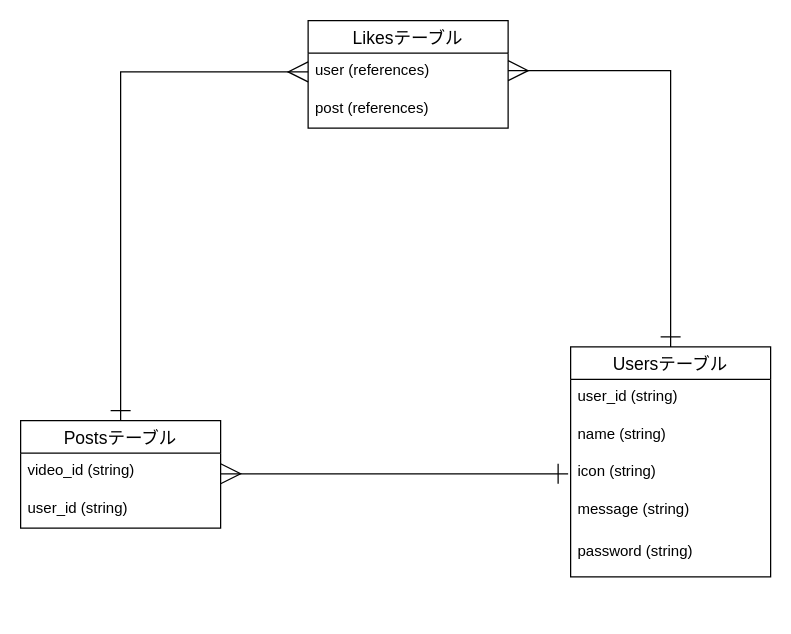
The draw.io diagram ER.dio in hidetsugu-o/music-recommend, before the edit. Source tidied: cells renumbered, new cells numbered last; positions are measured from the earlier drawing's top-left corner, leaving out a move shared by most shapes. Both pictures are drawn from the tidied source at 125%, with x=0, y=0 at pixel (20, 20).
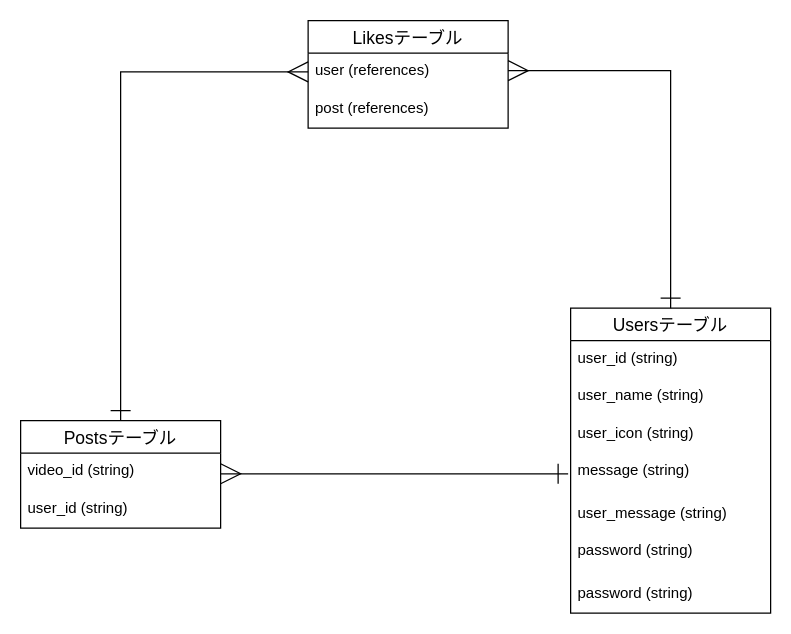
The same page after the edit.

What changed in the source:
```diff
@@
     <mxCell id="8" value="Usersテーブル" style="swimlane;fontStyle=0;horizontal=1;startSize=26;align=center;fontSize=14;" parent="1" vertex="1">
-      <mxGeometry x="440" y="261" width="160" height="184" as="geometry" />
+      <mxGeometry x="440" y="230" width="160" height="244" as="geometry" />
     </mxCell>
@@
-    <mxCell id="10" value="name (string)" style="text;strokeColor=none;fillColor=none;spacingLeft=4;spacingRight=4;overflow=hidden;fontSize=12;" parent="8" vertex="1">
+    <mxCell id="10" value="user_name (string)" style="text;strokeColor=none;fillColor=none;spacingLeft=4;spacingRight=4;overflow=hidden;fontSize=12;" parent="8" vertex="1">
       <mxGeometry y="56" width="160" height="30" as="geometry" />
     </mxCell>
-    <mxCell id="11" value="icon (string)" style="text;strokeColor=none;fillColor=none;spacingLeft=4;spacingRight=4;overflow=hidden;fontSize=12;" parent="8" vertex="1">
+    <mxCell id="11" value="user_icon (string)" style="text;strokeColor=none;fillColor=none;spacingLeft=4;spacingRight=4;overflow=hidden;fontSize=12;" parent="8" vertex="1">
       <mxGeometry y="86" width="160" height="30" as="geometry" />
     </mxCell>
@@
+    <mxCell id="17" value="user_message (string)" style="text;strokeColor=none;fillColor=none;spacingLeft=4;spacingRight=4;overflow=hidden;fontSize=12;" parent="8" vertex="1">
+      <mxGeometry y="150" width="160" height="30" as="geometry" />
+    </mxCell>
     <mxCell id="13" value="password (string)" style="text;strokeColor=none;fillColor=none;spacingLeft=4;spacingRight=4;overflow=hidden;fontSize=12;" parent="8" vertex="1">
-      <mxGeometry y="150" width="160" height="34" as="geometry" />
+      <mxGeometry y="180" width="160" height="34" as="geometry" />
     </mxCell>
+    <mxCell id="18" value="password (string)" style="text;strokeColor=none;fillColor=none;spacingLeft=4;spacingRight=4;overflow=hidden;fontSize=12;" parent="8" vertex="1">
+      <mxGeometry y="214" width="160" height="30" as="geometry" />
+    </mxCell>
```
